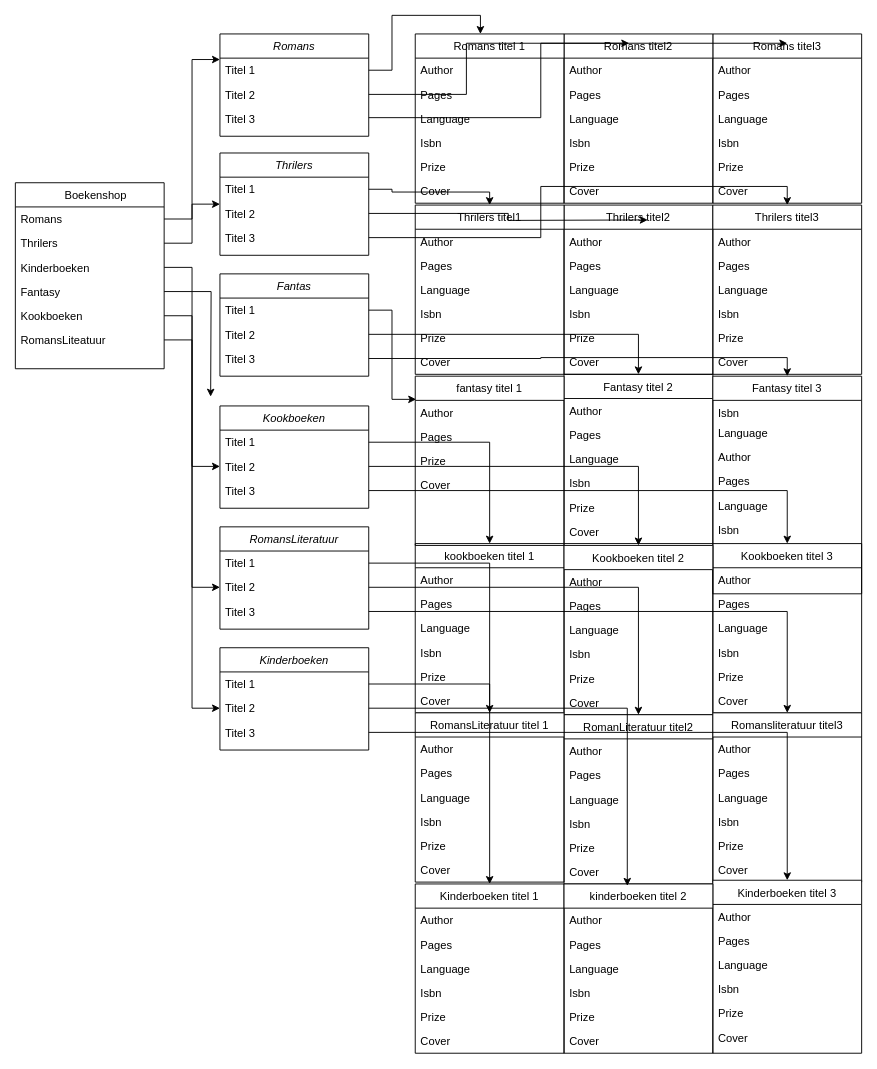
mehran-lab/Laravel keeps this draw.io diagram as draw.io.drawio. Above is the earlier version. Source tidied: cells renumbered, new cells numbered last; positions are measured from the earlier drawing's top-left corner, leaving out a move shared by most shapes. Both pictures are drawn from the tidied source at 93%, with x=0, y=0 at pixel (15, 33).
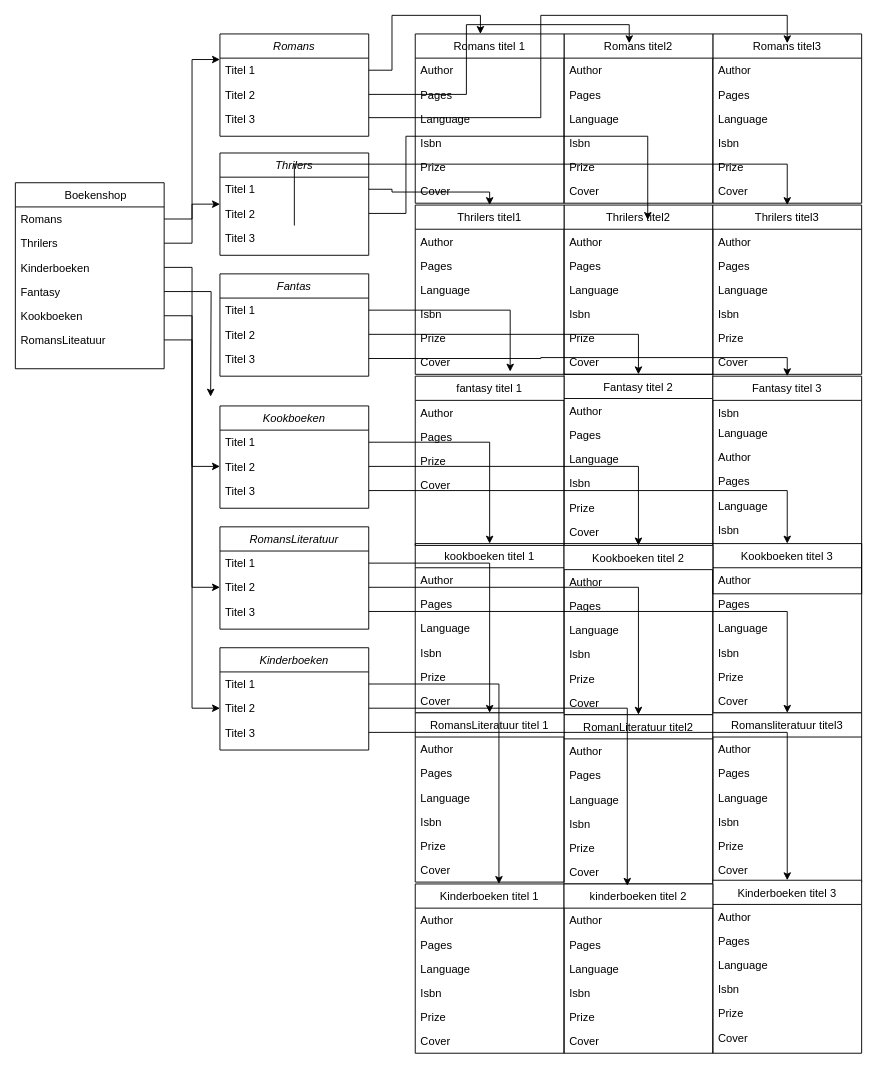
The same diagram, later.

The change refers to these unchanged cells:
```xml
<mxCell id="4" value="Titel 2" style="text;align=left;verticalAlign=top;spacingLeft=4;spacingRight=4;overflow=hidden;points=[[0,0.5],[1,0.5]];portConstraint=eastwest;rounded=0;shadow=0;html=0;" parent="2" vertex="1">
  <mxGeometry y="52" width="160" height="26" as="geometry" />
</mxCell>
<mxCell id="5" value="Titel 3" style="text;align=left;verticalAlign=top;spacingLeft=4;spacingRight=4;overflow=hidden;points=[[0,0.5],[1,0.5]];portConstraint=eastwest;rounded=0;shadow=0;html=0;" parent="2" vertex="1">
  <mxGeometry y="78" width="160" height="24" as="geometry" />
</mxCell>
<mxCell id="23" value="Titel 1" style="text;align=left;verticalAlign=top;spacingLeft=4;spacingRight=4;overflow=hidden;points=[[0,0.5],[1,0.5]];portConstraint=eastwest;" parent="22" vertex="1">
  <mxGeometry y="26" width="160" height="26" as="geometry" />
</mxCell>
<mxCell id="27" value="Titel 1" style="text;align=left;verticalAlign=top;spacingLeft=4;spacingRight=4;overflow=hidden;points=[[0,0.5],[1,0.5]];portConstraint=eastwest;" parent="26" vertex="1">
  <mxGeometry y="26" width="160" height="26" as="geometry" />
</mxCell>
<mxCell id="32" value="Titel 2" style="text;align=left;verticalAlign=top;spacingLeft=4;spacingRight=4;overflow=hidden;points=[[0,0.5],[1,0.5]];portConstraint=eastwest;rounded=0;shadow=0;html=0;" parent="30" vertex="1">
  <mxGeometry y="52" width="160" height="26" as="geometry" />
</mxCell>
<mxCell id="33" value="Titel 3" style="text;align=left;verticalAlign=top;spacingLeft=4;spacingRight=4;overflow=hidden;points=[[0,0.5],[1,0.5]];portConstraint=eastwest;rounded=0;shadow=0;html=0;" parent="30" vertex="1">
  <mxGeometry y="78" width="160" height="26" as="geometry" />
</mxCell>
<mxCell id="74" value="Romans titel3" style="swimlane;fontStyle=0;align=center;verticalAlign=top;horizontal=1;startSize=26;rounded=0;shadow=0;strokeWidth=1;" parent="1" vertex="1">
  <mxGeometry x="750" width="160" height="182" as="geometry" />
</mxCell>
<mxCell id="81" value="Thrilers titel3" style="swimlane;fontStyle=0;align=center;verticalAlign=top;horizontal=1;startSize=26;rounded=0;shadow=0;strokeWidth=1;" parent="1" vertex="1">
  <mxGeometry x="750" y="184" width="160" height="182" as="geometry" />
</mxCell>
<mxCell id="88" value="Romans titel2" style="swimlane;fontStyle=0;align=center;verticalAlign=top;horizontal=1;startSize=26;rounded=0;shadow=0;strokeWidth=1;" parent="1" vertex="1">
  <mxGeometry x="590" width="160" height="182" as="geometry" />
</mxCell>
<mxCell id="95" value="fantasy titel 1" style="swimlane;fontStyle=0;align=center;verticalAlign=top;horizontal=1;startSize=26;rounded=0;shadow=0;strokeWidth=1;" parent="1" vertex="1">
  <mxGeometry x="430" y="368" width="160" height="182" as="geometry" />
</mxCell>
<mxCell id="149" value="Kinderboeken titel 1" style="swimlane;fontStyle=0;align=center;verticalAlign=top;horizontal=1;startSize=26;rounded=0;shadow=0;strokeWidth=1;" parent="1" vertex="1">
  <mxGeometry x="430" y="914" width="160" height="182" as="geometry" />
</mxCell>
```

The edit, as a diff of the source:
```diff
@@
     <mxCell id="165" style="edgeStyle=orthogonalEdgeStyle;rounded=0;jettySize=auto;html=1;entryX=0.438;entryY=0.055;entryDx=0;entryDy=0;entryPerimeter=0;" parent="1" edge="1" source="4" target="88">
-      <mxGeometry relative="1" as="geometry" />
+      <mxGeometry relative="1" as="geometry">
+        <Array as="points">
+          <mxPoint x="485" y="65" />
+          <mxPoint x="485" y="-10" />
+          <mxPoint x="660" y="-10" />
+        </Array>
+      </mxGeometry>
     </mxCell>
     <mxCell id="166" style="edgeStyle=orthogonalEdgeStyle;rounded=0;jettySize=auto;html=1;entryX=0.5;entryY=0.055;entryDx=0;entryDy=0;entryPerimeter=0;" parent="1" edge="1" source="5" target="74">
-      <mxGeometry relative="1" as="geometry" />
+      <mxGeometry relative="1" as="geometry">
+        <Array as="points">
+          <mxPoint x="565" y="90" />
+          <mxPoint x="565" y="-20" />
+          <mxPoint x="830" y="-20" />
+        </Array>
+      </mxGeometry>
     </mxCell>
@@
     <mxCell id="168" style="edgeStyle=orthogonalEdgeStyle;rounded=0;jettySize=auto;html=1;" parent="1" edge="1" source="32">
       <mxGeometry relative="1" as="geometry">
         <mxPoint x="680" y="200" as="targetPoint" />
+        <Array as="points">
+          <mxPoint x="420" y="193" />
+          <mxPoint x="420" y="110" />
+          <mxPoint x="680" y="110" />
+        </Array>
       </mxGeometry>
     </mxCell>
     <mxCell id="169" style="edgeStyle=orthogonalEdgeStyle;rounded=0;jettySize=auto;html=1;entryX=0.5;entryY=0;entryDx=0;entryDy=0;" parent="1" edge="1" source="33" target="81">
-      <mxGeometry relative="1" as="geometry" />
+      <mxGeometry relative="1" as="geometry">
+        <Array as="points">
+          <mxPoint x="300" y="140" />
+          <mxPoint x="830" y="140" />
+        </Array>
+      </mxGeometry>
     </mxCell>
-    <mxCell id="170" style="edgeStyle=orthogonalEdgeStyle;rounded=0;jettySize=auto;html=1;entryX=0.006;entryY=0.137;entryDx=0;entryDy=0;entryPerimeter=0;" parent="1" edge="1" source="23" target="95">
-      <mxGeometry relative="1" as="geometry" />
-    </mxCell>
@@
     <mxCell id="179" style="edgeStyle=orthogonalEdgeStyle;rounded=0;jettySize=auto;html=1;" parent="1" edge="1" source="27" target="149">
-      <mxGeometry relative="1" as="geometry" />
+      <mxGeometry relative="1" as="geometry">
+        <Array as="points">
+          <mxPoint x="520" y="699" />
+        </Array>
+      </mxGeometry>
     </mxCell>
@@
+    <mxCell id="170" style="edgeStyle=orthogonalEdgeStyle;rounded=0;jettySize=auto;html=1;entryX=0.638;entryY=-0.027;entryDx=0;entryDy=0;entryPerimeter=0;" parent="1" edge="1" source="23" target="95">
+      <mxGeometry relative="1" as="geometry" />
+    </mxCell>
```
